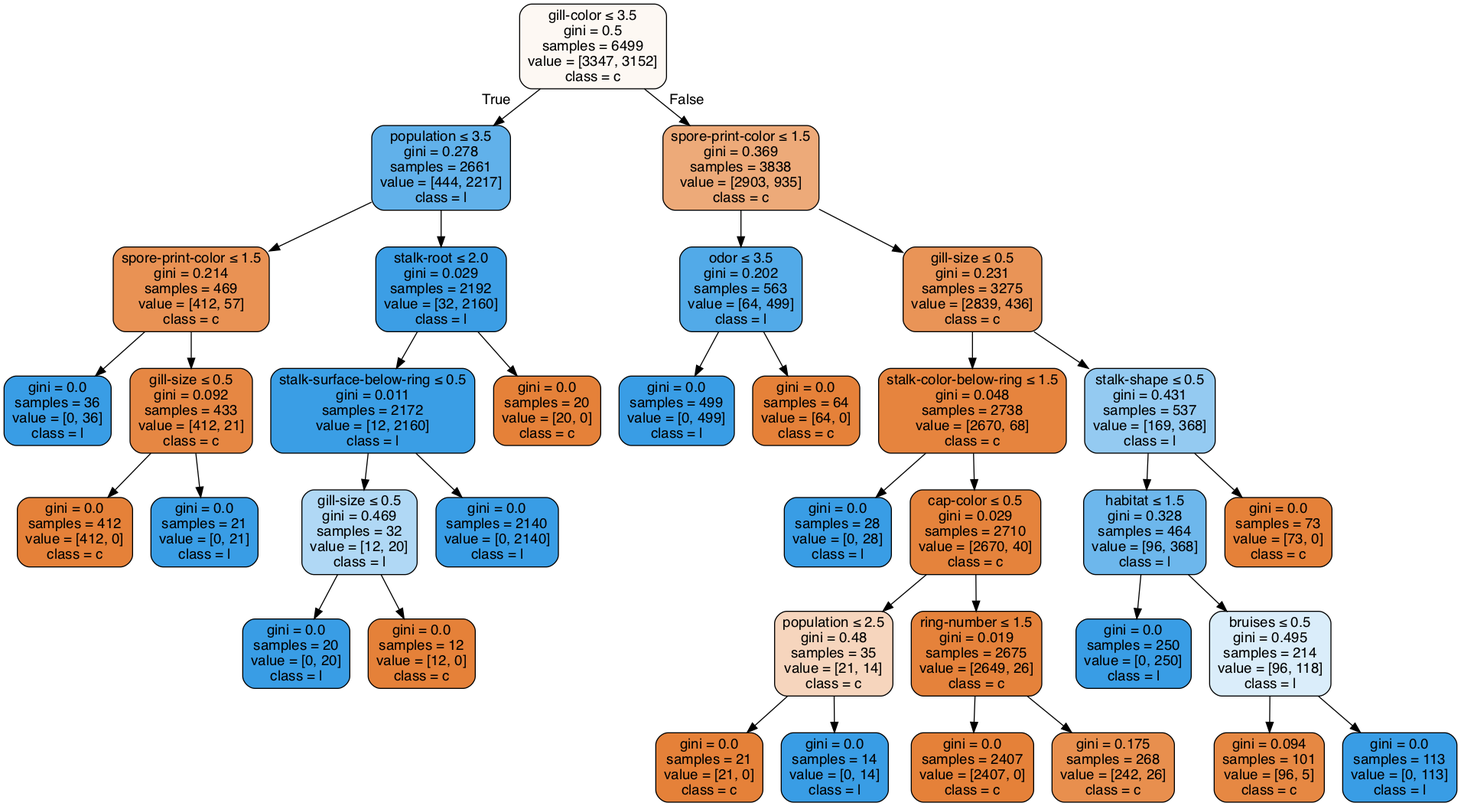
Earlier version of the Graphviz export Lab02/clf-max-depth-6.gv.png (anhle199/Intro2AI-HCMUS). Its source is kept beside it as Lab02/clf-max-depth-6.gv.
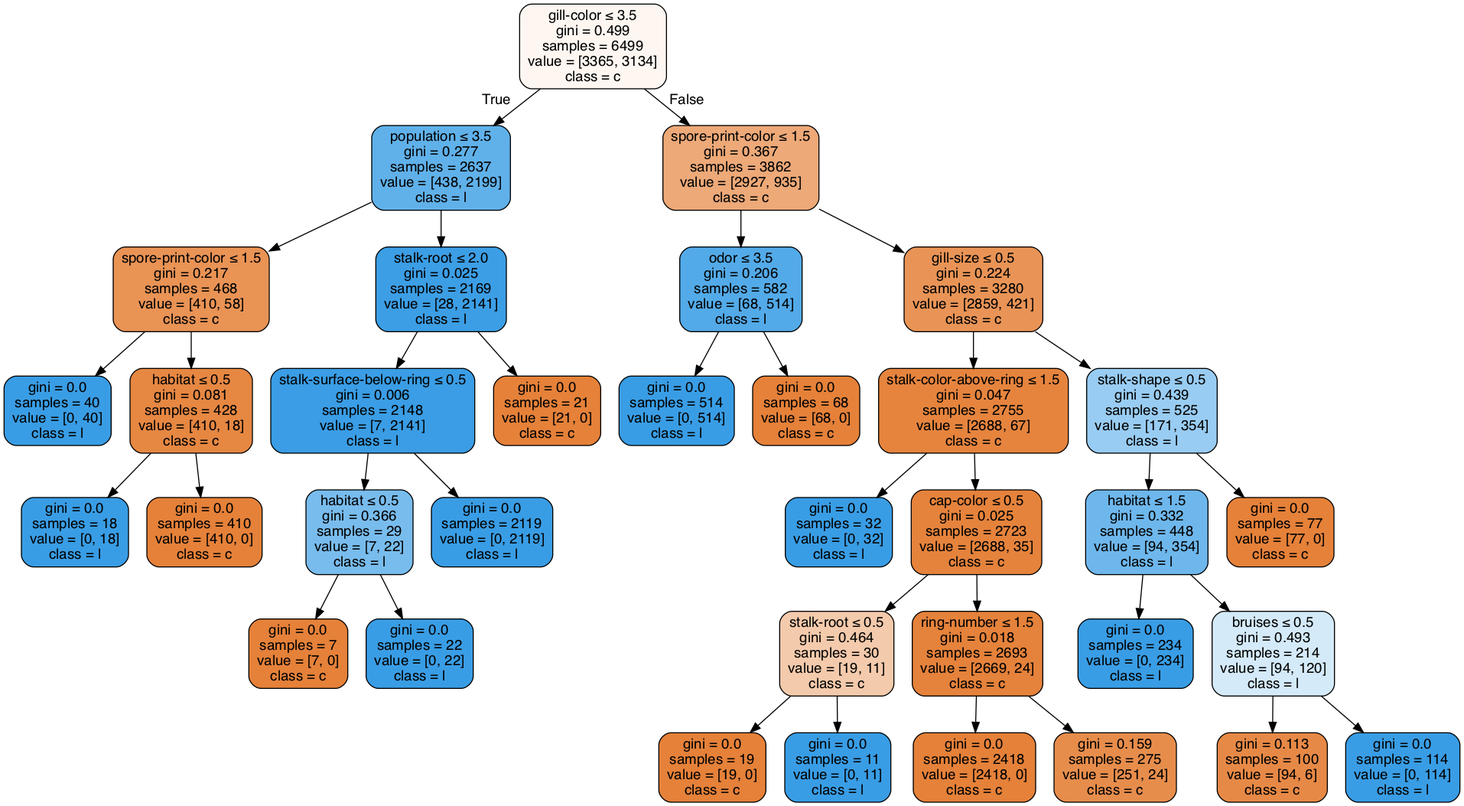
Above is the later version.

Change to the diagram source:
```diff
@@ -1,73 +1,73 @@
 digraph Tree {
 node [shape=box, style="filled, rounded", color="black", fontname=helvetica] ;
 edge [fontname=helvetica] ;
-0 [label=<gill-color &le; 3.5<br/>gini = 0.5<br/>samples = 6499<br/>value = [3347, 3152]<br/>class = c>, fillcolor="#fdf8f3"] ;
-1 [label=<population &le; 3.5<br/>gini = 0.278<br/>samples = 2661<br/>value = [444, 2217]<br/>class = l>, fillcolor="#61b1ea"] ;
+0 [label=<gill-color &le; 3.5<br/>gini = 0.499<br/>samples = 6499<br/>value = [3365, 3134]<br/>class = c>, fillcolor="#fdf6f1"] ;
+1 [label=<population &le; 3.5<br/>gini = 0.277<br/>samples = 2637<br/>value = [438, 2199]<br/>class = l>, fillcolor="#60b1ea"] ;
 0 -> 1 [labeldistance=2.5, labelangle=45, headlabel="True"] ;
-2 [label=<spore-print-color &le; 1.5<br/>gini = 0.214<br/>samples = 469<br/>value = [412, 57]<br/>class = c>, fillcolor="#e99254"] ;
+2 [label=<spore-print-color &le; 1.5<br/>gini = 0.217<br/>samples = 468<br/>value = [410, 58]<br/>class = c>, fillcolor="#e99355"] ;
 1 -> 2 ;
-3 [label=<gini = 0.0<br/>samples = 36<br/>value = [0, 36]<br/>class = l>, fillcolor="#399de5"] ;
+3 [label=<gini = 0.0<br/>samples = 40<br/>value = [0, 40]<br/>class = l>, fillcolor="#399de5"] ;
 2 -> 3 ;
-4 [label=<gill-size &le; 0.5<br/>gini = 0.092<br/>samples = 433<br/>value = [412, 21]<br/>class = c>, fillcolor="#e68743"] ;
+4 [label=<habitat &le; 0.5<br/>gini = 0.081<br/>samples = 428<br/>value = [410, 18]<br/>class = c>, fillcolor="#e68742"] ;
 2 -> 4 ;
-5 [label=<gini = 0.0<br/>samples = 412<br/>value = [412, 0]<br/>class = c>, fillcolor="#e58139"] ;
+5 [label=<gini = 0.0<br/>samples = 18<br/>value = [0, 18]<br/>class = l>, fillcolor="#399de5"] ;
 4 -> 5 ;
-6 [label=<gini = 0.0<br/>samples = 21<br/>value = [0, 21]<br/>class = l>, fillcolor="#399de5"] ;
+6 [label=<gini = 0.0<br/>samples = 410<br/>value = [410, 0]<br/>class = c>, fillcolor="#e58139"] ;
 4 -> 6 ;
-7 [label=<stalk-root &le; 2.0<br/>gini = 0.029<br/>samples = 2192<br/>value = [32, 2160]<br/>class = l>, fillcolor="#3c9ee5"] ;
+7 [label=<stalk-root &le; 2.0<br/>gini = 0.025<br/>samples = 2169<br/>value = [28, 2141]<br/>class = l>, fillcolor="#3c9ee5"] ;
 1 -> 7 ;
-8 [label=<stalk-surface-below-ring &le; 0.5<br/>gini = 0.011<br/>samples = 2172<br/>value = [12, 2160]<br/>class = l>, fillcolor="#3a9ee5"] ;
+8 [label=<stalk-surface-below-ring &le; 0.5<br/>gini = 0.006<br/>samples = 2148<br/>value = [7, 2141]<br/>class = l>, fillcolor="#3a9de5"] ;
 7 -> 8 ;
-9 [label=<gill-size &le; 0.5<br/>gini = 0.469<br/>samples = 32<br/>value = [12, 20]<br/>class = l>, fillcolor="#b0d8f5"] ;
+9 [label=<habitat &le; 0.5<br/>gini = 0.366<br/>samples = 29<br/>value = [7, 22]<br/>class = l>, fillcolor="#78bced"] ;
 8 -> 9 ;
-10 [label=<gini = 0.0<br/>samples = 20<br/>value = [0, 20]<br/>class = l>, fillcolor="#399de5"] ;
+10 [label=<gini = 0.0<br/>samples = 7<br/>value = [7, 0]<br/>class = c>, fillcolor="#e58139"] ;
 9 -> 10 ;
-11 [label=<gini = 0.0<br/>samples = 12<br/>value = [12, 0]<br/>class = c>, fillcolor="#e58139"] ;
+11 [label=<gini = 0.0<br/>samples = 22<br/>value = [0, 22]<br/>class = l>, fillcolor="#399de5"] ;
 9 -> 11 ;
-12 [label=<gini = 0.0<br/>samples = 2140<br/>value = [0, 2140]<br/>class = l>, fillcolor="#399de5"] ;
+12 [label=<gini = 0.0<br/>samples = 2119<br/>value = [0, 2119]<br/>class = l>, fillcolor="#399de5"] ;
 8 -> 12 ;
-13 [label=<gini = 0.0<br/>samples = 20<br/>value = [20, 0]<br/>class = c>, fillcolor="#e58139"] ;
+13 [label=<gini = 0.0<br/>samples = 21<br/>value = [21, 0]<br/>class = c>, fillcolor="#e58139"] ;
 7 -> 13 ;
-14 [label=<spore-print-color &le; 1.5<br/>gini = 0.369<br/>samples = 3838<br/>value = [2903, 935]<br/>class = c>, fillcolor="#edaa79"] ;
+14 [label=<spore-print-color &le; 1.5<br/>gini = 0.367<br/>samples = 3862<br/>value = [2927, 935]<br/>class = c>, fillcolor="#eda978"] ;
 0 -> 14 [labeldistance=2.5, labelangle=-45, headlabel="False"] ;
-15 [label=<odor &le; 3.5<br/>gini = 0.202<br/>samples = 563<br/>value = [64, 499]<br/>class = l>, fillcolor="#52aae8"] ;
+15 [label=<odor &le; 3.5<br/>gini = 0.206<br/>samples = 582<br/>value = [68, 514]<br/>class = l>, fillcolor="#53aae8"] ;
 14 -> 15 ;
-16 [label=<gini = 0.0<br/>samples = 499<br/>value = [0, 499]<br/>class = l>, fillcolor="#399de5"] ;
+16 [label=<gini = 0.0<br/>samples = 514<br/>value = [0, 514]<br/>class = l>, fillcolor="#399de5"] ;
 15 -> 16 ;
-17 [label=<gini = 0.0<br/>samples = 64<br/>value = [64, 0]<br/>class = c>, fillcolor="#e58139"] ;
+17 [label=<gini = 0.0<br/>samples = 68<br/>value = [68, 0]<br/>class = c>, fillcolor="#e58139"] ;
 15 -> 17 ;
-18 [label=<gill-size &le; 0.5<br/>gini = 0.231<br/>samples = 3275<br/>value = [2839, 436]<br/>class = c>, fillcolor="#e99457"] ;
+18 [label=<gill-size &le; 0.5<br/>gini = 0.224<br/>samples = 3280<br/>value = [2859, 421]<br/>class = c>, fillcolor="#e99456"] ;
 14 -> 18 ;
-19 [label=<stalk-color-below-ring &le; 1.5<br/>gini = 0.048<br/>samples = 2738<br/>value = [2670, 68]<br/>class = c>, fillcolor="#e6843e"] ;
+19 [label=<stalk-color-above-ring &le; 1.5<br/>gini = 0.047<br/>samples = 2755<br/>value = [2688, 67]<br/>class = c>, fillcolor="#e6843e"] ;
 18 -> 19 ;
-20 [label=<gini = 0.0<br/>samples = 28<br/>value = [0, 28]<br/>class = l>, fillcolor="#399de5"] ;
+20 [label=<gini = 0.0<br/>samples = 32<br/>value = [0, 32]<br/>class = l>, fillcolor="#399de5"] ;
 19 -> 20 ;
-21 [label=<cap-color &le; 0.5<br/>gini = 0.029<br/>samples = 2710<br/>value = [2670, 40]<br/>class = c>, fillcolor="#e5833c"] ;
+21 [label=<cap-color &le; 0.5<br/>gini = 0.025<br/>samples = 2723<br/>value = [2688, 35]<br/>class = c>, fillcolor="#e5833c"] ;
 19 -> 21 ;
-22 [label=<population &le; 2.5<br/>gini = 0.48<br/>samples = 35<br/>value = [21, 14]<br/>class = c>, fillcolor="#f6d5bd"] ;
+22 [label=<stalk-root &le; 0.5<br/>gini = 0.464<br/>samples = 30<br/>value = [19, 11]<br/>class = c>, fillcolor="#f4caac"] ;
 21 -> 22 ;
-23 [label=<gini = 0.0<br/>samples = 21<br/>value = [21, 0]<br/>class = c>, fillcolor="#e58139"] ;
+23 [label=<gini = 0.0<br/>samples = 19<br/>value = [19, 0]<br/>class = c>, fillcolor="#e58139"] ;
 22 -> 23 ;
-24 [label=<gini = 0.0<br/>samples = 14<br/>value = [0, 14]<br/>class = l>, fillcolor="#399de5"] ;
+24 [label=<gini = 0.0<br/>samples = 11<br/>value = [0, 11]<br/>class = l>, fillcolor="#399de5"] ;
 22 -> 24 ;
-25 [label=<ring-number &le; 1.5<br/>gini = 0.019<br/>samples = 2675<br/>value = [2649, 26]<br/>class = c>, fillcolor="#e5823b"] ;
+25 [label=<ring-number &le; 1.5<br/>gini = 0.018<br/>samples = 2693<br/>value = [2669, 24]<br/>class = c>, fillcolor="#e5823b"] ;
 21 -> 25 ;
-26 [label=<gini = 0.0<br/>samples = 2407<br/>value = [2407, 0]<br/>class = c>, fillcolor="#e58139"] ;
+26 [label=<gini = 0.0<br/>samples = 2418<br/>value = [2418, 0]<br/>class = c>, fillcolor="#e58139"] ;
 25 -> 26 ;
-27 [label=<gini = 0.175<br/>samples = 268<br/>value = [242, 26]<br/>class = c>, fillcolor="#e88f4e"] ;
+27 [label=<gini = 0.159<br/>samples = 275<br/>value = [251, 24]<br/>class = c>, fillcolor="#e78d4c"] ;
 25 -> 27 ;
-28 [label=<stalk-shape &le; 0.5<br/>gini = 0.431<br/>samples = 537<br/>value = [169, 368]<br/>class = l>, fillcolor="#94caf1"] ;
+28 [label=<stalk-shape &le; 0.5<br/>gini = 0.439<br/>samples = 525<br/>value = [171, 354]<br/>class = l>, fillcolor="#99ccf2"] ;
 18 -> 28 ;
-29 [label=<habitat &le; 1.5<br/>gini = 0.328<br/>samples = 464<br/>value = [96, 368]<br/>class = l>, fillcolor="#6db7ec"] ;
+29 [label=<habitat &le; 1.5<br/>gini = 0.332<br/>samples = 448<br/>value = [94, 354]<br/>class = l>, fillcolor="#6eb7ec"] ;
 28 -> 29 ;
-30 [label=<gini = 0.0<br/>samples = 250<br/>value = [0, 250]<br/>class = l>, fillcolor="#399de5"] ;
+30 [label=<gini = 0.0<br/>samples = 234<br/>value = [0, 234]<br/>class = l>, fillcolor="#399de5"] ;
 29 -> 30 ;
-31 [label=<bruises &le; 0.5<br/>gini = 0.495<br/>samples = 214<br/>value = [96, 118]<br/>class = l>, fillcolor="#daedfa"] ;
+31 [label=<bruises &le; 0.5<br/>gini = 0.493<br/>samples = 214<br/>value = [94, 120]<br/>class = l>, fillcolor="#d4eaf9"] ;
 29 -> 31 ;
-32 [label=<gini = 0.094<br/>samples = 101<br/>value = [96, 5]<br/>class = c>, fillcolor="#e68843"] ;
+32 [label=<gini = 0.113<br/>samples = 100<br/>value = [94, 6]<br/>class = c>, fillcolor="#e78946"] ;
 31 -> 32 ;
-33 [label=<gini = 0.0<br/>samples = 113<br/>value = [0, 113]<br/>class = l>, fillcolor="#399de5"] ;
+33 [label=<gini = 0.0<br/>samples = 114<br/>value = [0, 114]<br/>class = l>, fillcolor="#399de5"] ;
 31 -> 33 ;
-34 [label=<gini = 0.0<br/>samples = 73<br/>value = [73, 0]<br/>class = c>, fillcolor="#e58139"] ;
+34 [label=<gini = 0.0<br/>samples = 77<br/>value = [77, 0]<br/>class = c>, fillcolor="#e58139"] ;
 28 -> 34 ;
 }
```
